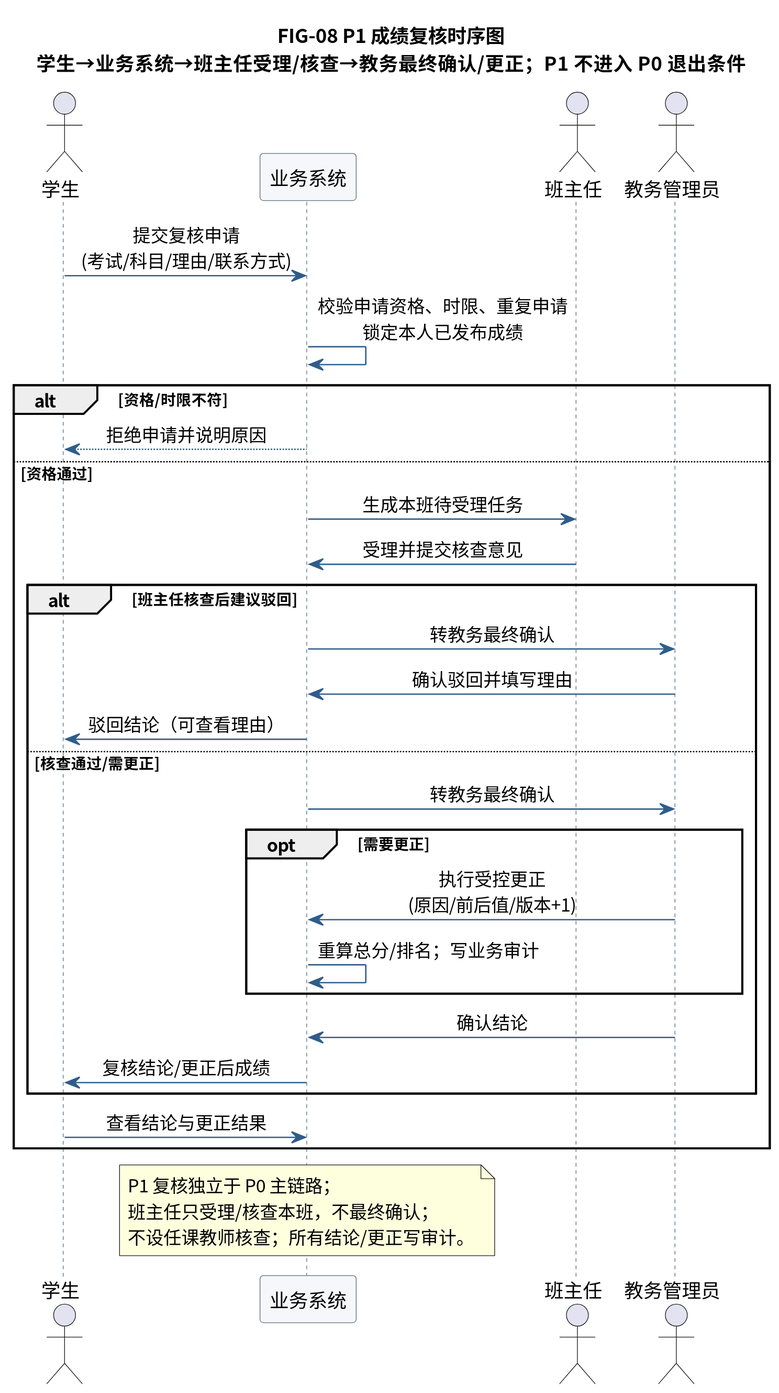
Creepppper/Student_System keeps this PlantUML diagram as docs/requirements/diagrams/svg/FIG-08-P1成绩复核时序图.svg. Above is the earlier version. Source of this version:
```plantuml
@startuml
scale 0.9
skinparam defaultFontName "Noto Sans CJK SC"
skinparam dpi 200
skinparam shadowing false
skinparam sequenceMessageAlign center
skinparam sequence {
  ArrowColor #2F5D8A
  LifeLineBorderColor #546E7A
  ParticipantBorderColor #546E7A
  ParticipantBackgroundColor #F5F7FA
  FontSize 8.5
}
title FIG-08 P1 成绩复核时序图\n学生→业务系统→班主任受理/核查→教务最终确认/更正；P1 不进入 P0 退出条件

actor "学生" as S
participant "业务系统" as SYS
actor "班主任" as H
actor "教务管理员" as A

S -> SYS : 提交复核申请\n(考试/科目/理由/联系方式)
SYS -> SYS : 校验申请资格、时限、重复申请\n锁定本人已发布成绩
alt 资格/时限不符
  SYS --> S : 拒绝申请并说明原因
else 资格通过
  SYS -> H : 生成本班待受理任务
  H -> SYS : 受理并提交核查意见
  alt 班主任核查后建议驳回
    SYS -> A : 转教务最终确认
    A -> SYS : 确认驳回并填写理由
    SYS -> S : 驳回结论（可查看理由）
  else 核查通过/需更正
    SYS -> A : 转教务最终确认
    opt 需要更正
      A -> SYS : 执行受控更正\n(原因/前后值/版本+1)
      SYS -> SYS : 重算总分/排名；写业务审计
    end
    A -> SYS : 确认结论
    SYS -> S : 复核结论/更正后成绩
  end
  S -> SYS : 查看结论与更正结果
end
note over SYS
  P1 复核独立于 P0 主链路；
  班主任只受理/核查本班，不最终确认；
  不设任课教师核查；所有结论/更正写审计。
end note
@enduml
```
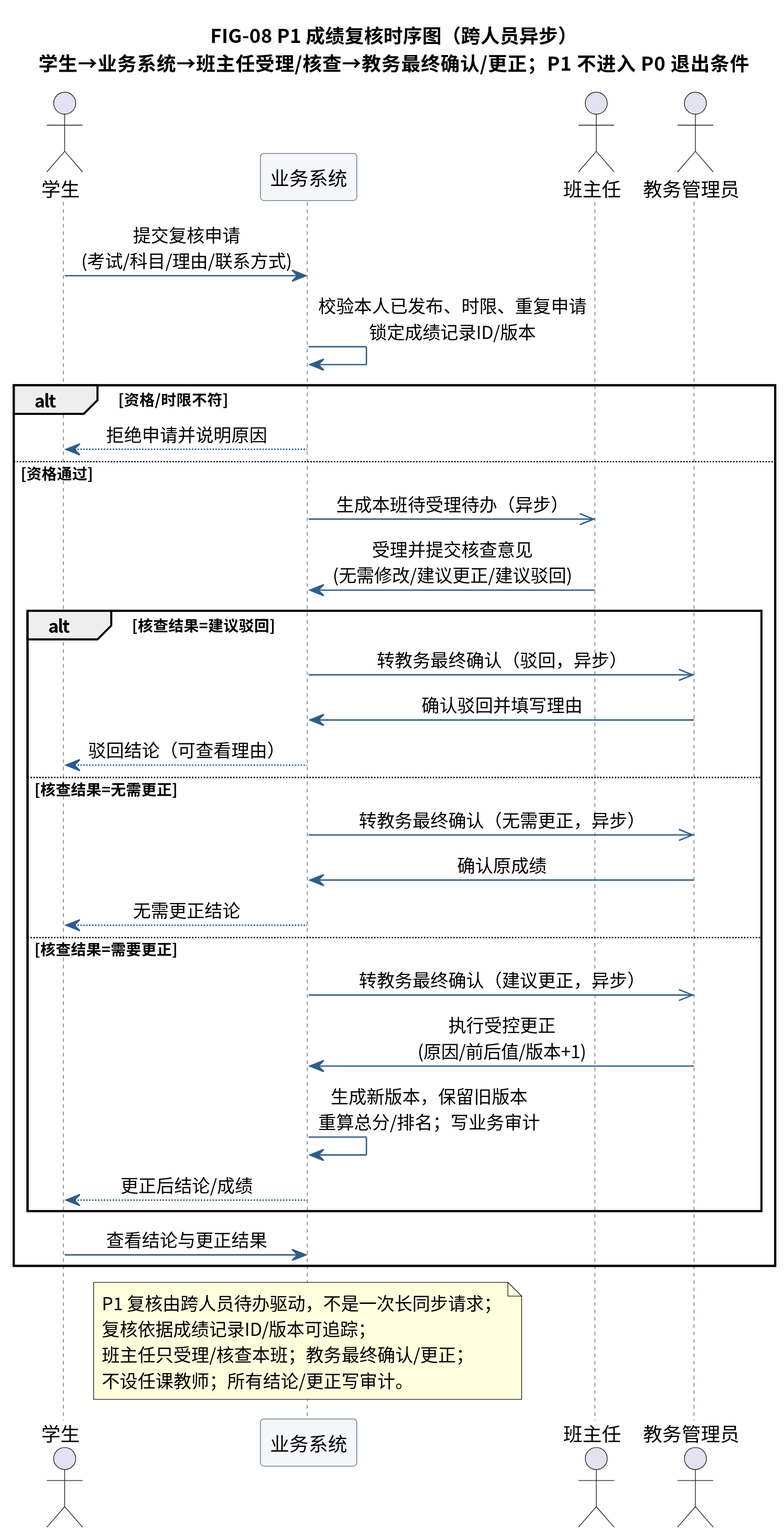
After the change.

Diff of the diagram source:
```diff
@@ -11,7 +11,7 @@
   ParticipantBackgroundColor #F5F7FA
   FontSize 8.5
 }
-title FIG-08 P1 成绩复核时序图\n学生→业务系统→班主任受理/核查→教务最终确认/更正；P1 不进入 P0 退出条件
+title FIG-08 P1 成绩复核时序图（跨人员异步）\n学生→业务系统→班主任受理/核查→教务最终确认/更正；P1 不进入 P0 退出条件
 
 actor "学生" as S
 participant "业务系统" as SYS
@@ -19,30 +19,32 @@
 actor "教务管理员" as A
 
 S -> SYS : 提交复核申请\n(考试/科目/理由/联系方式)
-SYS -> SYS : 校验申请资格、时限、重复申请\n锁定本人已发布成绩
+SYS -> SYS : 校验本人已发布、时限、重复申请\n锁定成绩记录ID/版本
 alt 资格/时限不符
   SYS --> S : 拒绝申请并说明原因
 else 资格通过
-  SYS -> H : 生成本班待受理任务
-  H -> SYS : 受理并提交核查意见
-  alt 班主任核查后建议驳回
-    SYS -> A : 转教务最终确认
+  SYS ->> H : 生成本班待受理待办（异步）
+  H -> SYS : 受理并提交核查意见\n(无需修改/建议更正/建议驳回)
+  alt 核查结果=建议驳回
+    SYS ->> A : 转教务最终确认（驳回，异步）
     A -> SYS : 确认驳回并填写理由
-    SYS -> S : 驳回结论（可查看理由）
-  else 核查通过/需更正
-    SYS -> A : 转教务最终确认
-    opt 需要更正
-      A -> SYS : 执行受控更正\n(原因/前后值/版本+1)
-      SYS -> SYS : 重算总分/排名；写业务审计
-    end
-    A -> SYS : 确认结论
-    SYS -> S : 复核结论/更正后成绩
+    SYS --> S : 驳回结论（可查看理由）
+  else 核查结果=无需更正
+    SYS ->> A : 转教务最终确认（无需更正，异步）
+    A -> SYS : 确认原成绩
+    SYS --> S : 无需更正结论
+  else 核查结果=需要更正
+    SYS ->> A : 转教务最终确认（建议更正，异步）
+    A -> SYS : 执行受控更正\n(原因/前后值/版本+1)
+    SYS -> SYS : 生成新版本，保留旧版本\n重算总分/排名；写业务审计
+    SYS --> S : 更正后结论/成绩
   end
   S -> SYS : 查看结论与更正结果
 end
 note over SYS
-  P1 复核独立于 P0 主链路；
-  班主任只受理/核查本班，不最终确认；
-  不设任课教师核查；所有结论/更正写审计。
+  P1 复核由跨人员待办驱动，不是一次长同步请求；
+  复核依据成绩记录ID/版本可追踪；
+  班主任只受理/核查本班；教务最终确认/更正；
+  不设任课教师；所有结论/更正写审计。
 end note
 @enduml
```
